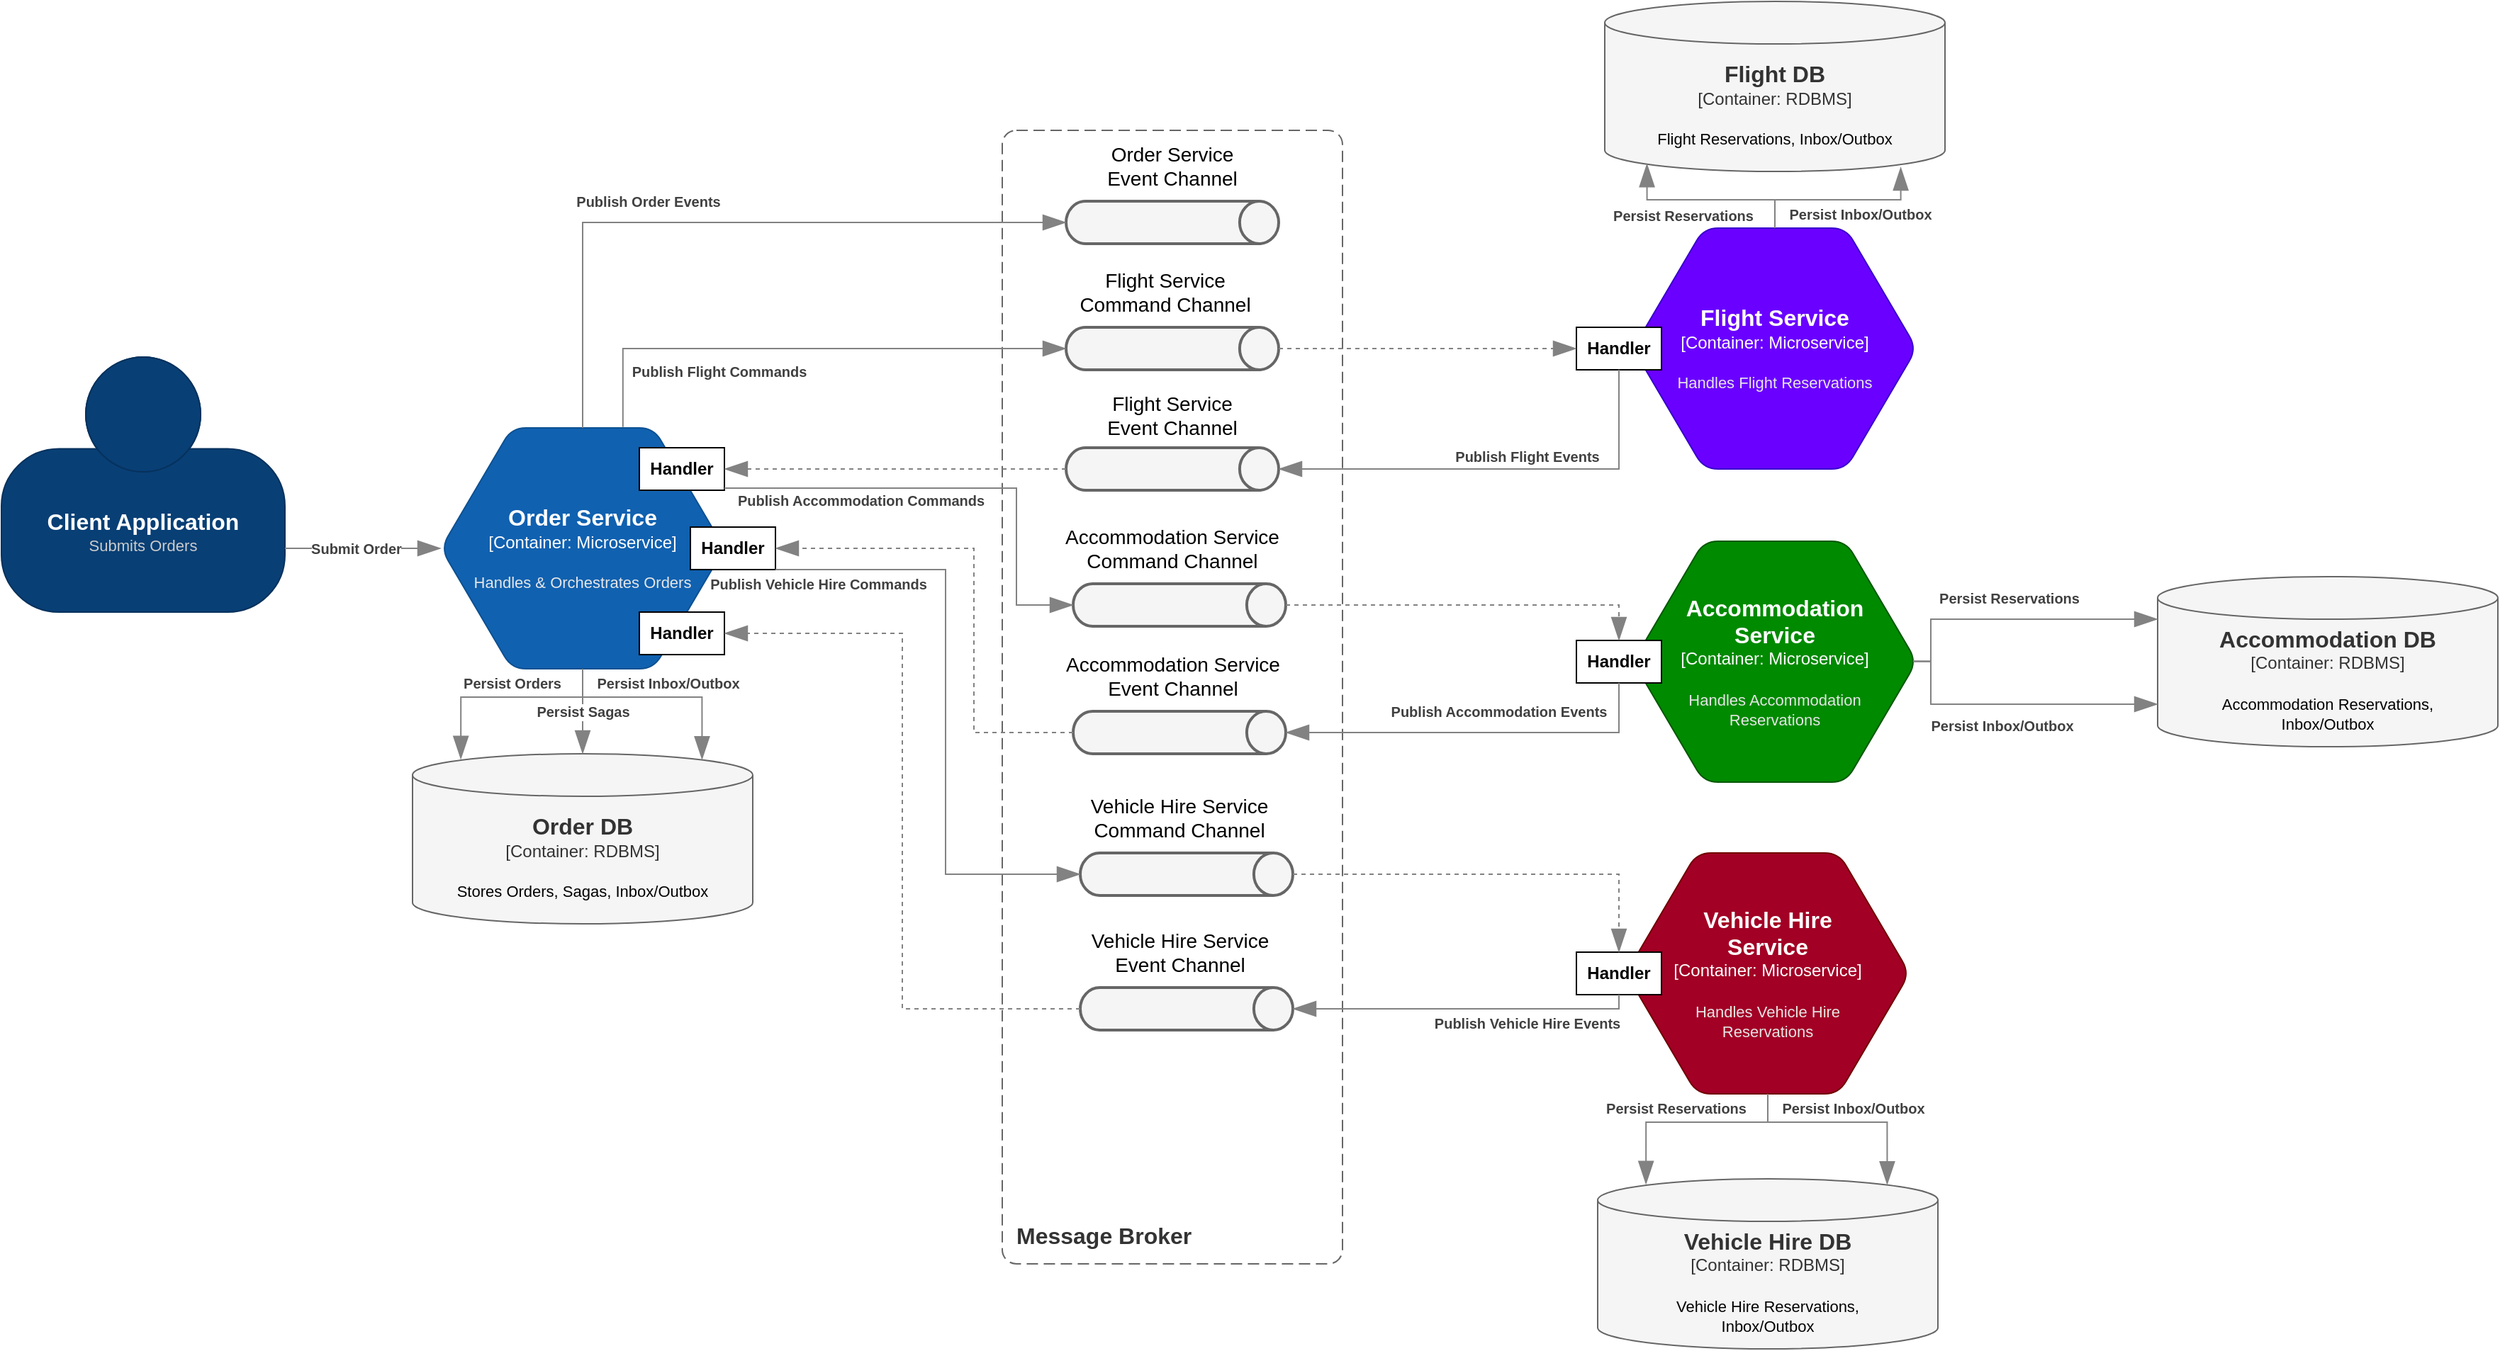
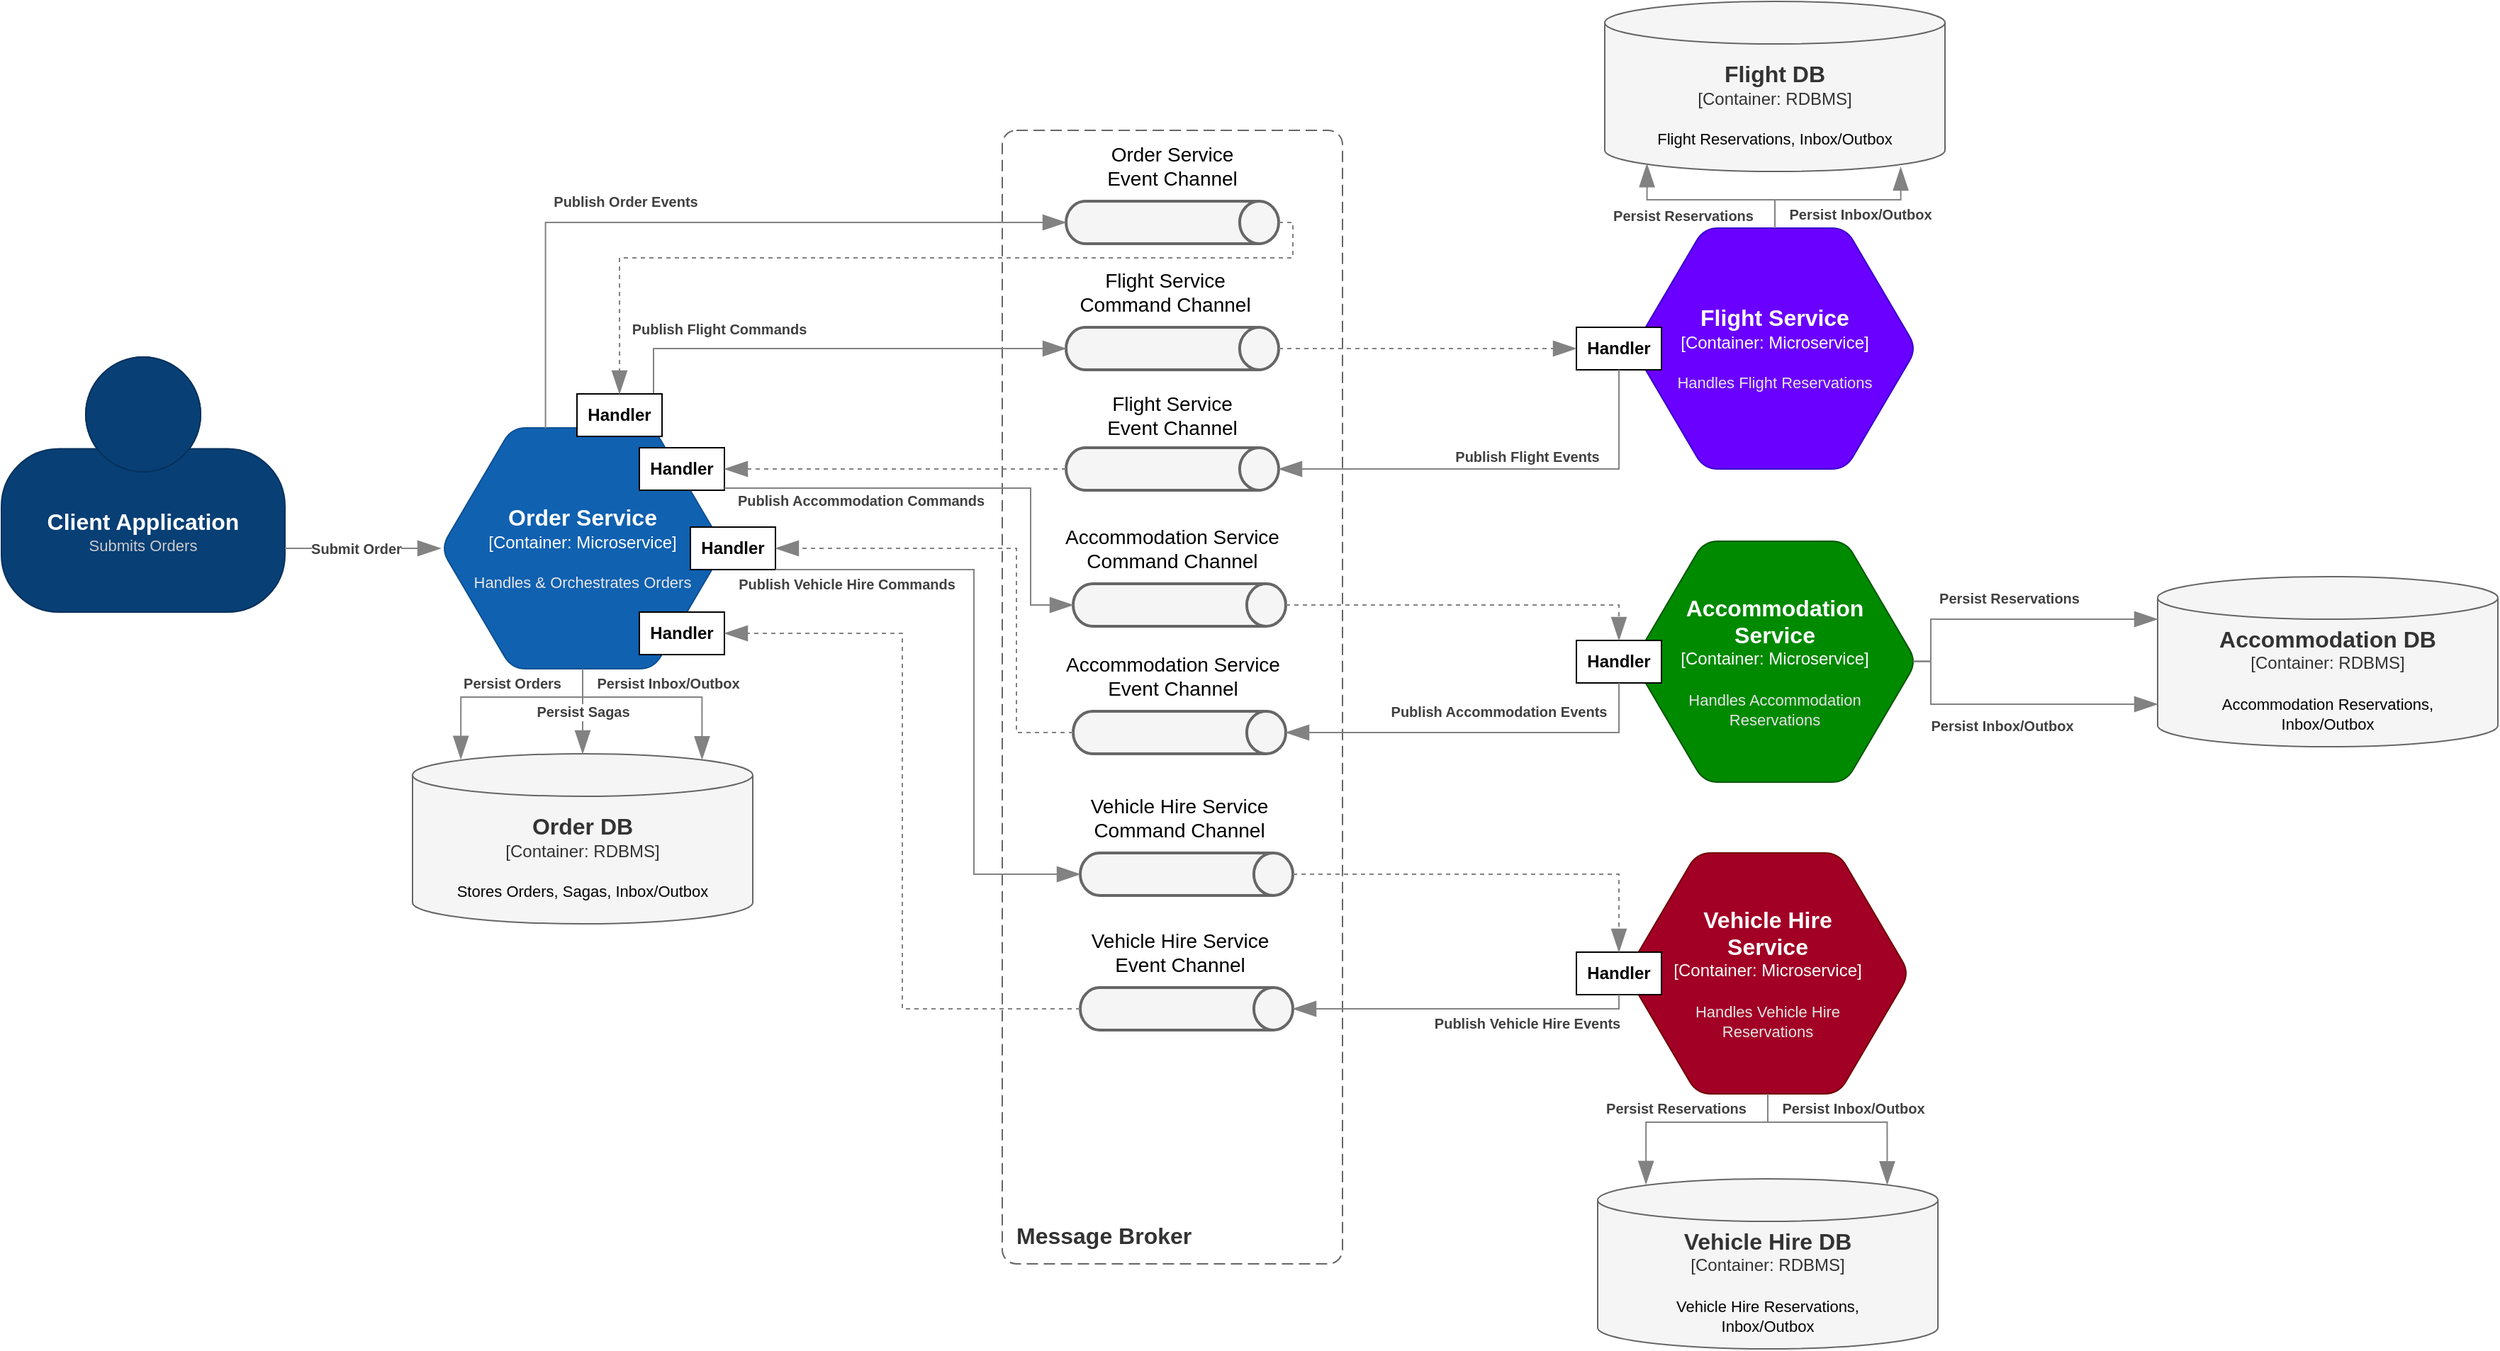
<mxfile host="app.diagrams.net">
  <diagram name="Page-1" id="kCDh-c85bJ5XtLmouP74">
-     <mxGraphModel dx="2987" dy="1148" grid="1" gridSize="10" guides="1" tooltips="1" connect="1" arrows="1" fold="1" page="1" pageScale="1" pageWidth="827" pageHeight="1169" math="0" shadow="0">
+     <mxGraphModel dx="2231" dy="746" grid="1" gridSize="10" guides="1" tooltips="1" connect="1" arrows="1" fold="1" page="1" pageScale="1" pageWidth="827" pageHeight="1169" math="0" shadow="0">
      <root>
        <mxCell id="0" />
        <mxCell id="1" parent="0" />
        <object placeholders="1" c4Name="Client Application" c4Description="Submits Orders" label="&lt;font style=&quot;font-size: 16px&quot;&gt;&lt;b&gt;%c4Name%&lt;/b&gt;&lt;/font&gt;&lt;br&gt;&lt;div&gt;&lt;font style=&quot;font-size: 11px&quot;&gt;&lt;font color=&quot;#cccccc&quot;&gt;%c4Description%&lt;/font&gt;&lt;/div&gt;" id="EhfD0JJvsXllKD2B5qkU-1">
          <mxCell parent="1" style="html=1;fontSize=11;dashed=0;whiteSpace=wrap;fillColor=#083F75;strokeColor=#06315C;fontColor=#ffffff;shape=mxgraph.c4.person2;align=center;metaEdit=1;points=[[0.5,0,0],[1,0.5,0],[1,0.75,0],[0.75,1,0],[0.5,1,0],[0.25,1,0],[0,0.75,0],[0,0.5,0]];resizable=0;" vertex="1">
            <mxGeometry height="180" width="200" x="-146" y="520" as="geometry" />
          </mxCell>
        </object>
        <object placeholders="1" c4Type="Relationship" c4Description="Submit Order" label="&lt;div style=&quot;text-align: left&quot;&gt;&lt;div style=&quot;text-align: center&quot;&gt;&lt;b&gt;%c4Description%&lt;/b&gt;&lt;/div&gt;" id="EhfD0JJvsXllKD2B5qkU-3">
          <mxCell edge="1" parent="1" source="EhfD0JJvsXllKD2B5qkU-1" style="endArrow=blockThin;html=1;fontSize=10;fontColor=#404040;strokeWidth=1;endFill=1;strokeColor=#828282;elbow=vertical;metaEdit=1;endSize=14;startSize=14;jumpStyle=arc;jumpSize=16;rounded=0;edgeStyle=orthogonalEdgeStyle;exitX=1;exitY=0.75;exitDx=0;exitDy=0;exitPerimeter=0;entryX=0;entryY=0.5;entryDx=0;entryDy=0;entryPerimeter=0;" target="EhfD0JJvsXllKD2B5qkU-18">
            <mxGeometry relative="1" width="240" x="-0.0909" as="geometry">
              <mxPoint as="offset" />
              <mxPoint x="490" y="640" as="sourcePoint" />
              <mxPoint x="264" y="570" as="targetPoint" />
            </mxGeometry>
          </mxCell>
        </object>
        <object placeholders="1" c4Name="Order Service" c4Type="Container" c4Technology="Microservice" c4Description="Handles &amp; Orchestrates Orders" label="&lt;font style=&quot;font-size: 16px&quot;&gt;&lt;b&gt;%c4Name%&lt;/b&gt;&lt;/font&gt;&lt;div&gt;[%c4Type%:&amp;nbsp;%c4Technology%]&lt;/div&gt;&lt;br&gt;&lt;div&gt;&lt;font style=&quot;font-size: 11px&quot;&gt;&lt;font color=&quot;#E6E6E6&quot;&gt;%c4Description%&lt;/font&gt;&lt;/div&gt;" id="EhfD0JJvsXllKD2B5qkU-18">
          <mxCell parent="1" style="shape=hexagon;size=50;perimeter=hexagonPerimeter2;whiteSpace=wrap;html=1;fixedSize=1;rounded=1;labelBackgroundColor=none;fillColor=#1061B0;fontSize=12;fontColor=#ffffff;align=center;strokeColor=#0D5091;metaEdit=1;points=[[0.5,0,0],[1,0.25,0],[1,0.5,0],[1,0.75,0],[0.5,1,0],[0,0.75,0],[0,0.5,0],[0,0.25,0]];resizable=0;" vertex="1">
            <mxGeometry height="170" width="200" x="164" y="570" as="geometry" />
          </mxCell>
        </object>
        <object placeholders="1" c4Name="Order DB" c4Type="Container" c4Technology="RDBMS" c4Description="Stores Orders, Sagas, Inbox/Outbox" label="&lt;font style=&quot;font-size: 16px&quot;&gt;&lt;b&gt;%c4Name%&lt;/b&gt;&lt;/font&gt;&lt;div&gt;[%c4Type%:&amp;nbsp;%c4Technology%]&lt;/div&gt;&lt;br&gt;&lt;div&gt;&lt;font style=&quot;font-size: 11px&quot;&gt;&lt;font color=&quot;#000000&quot;&gt;%c4Description%&lt;/font&gt;&lt;/div&gt;" id="EhfD0JJvsXllKD2B5qkU-19">
          <mxCell parent="1" style="shape=cylinder3;size=15;whiteSpace=wrap;html=1;boundedLbl=1;rounded=0;labelBackgroundColor=none;fontSize=12;align=center;metaEdit=1;points=[[0.5,0,0],[1,0.25,0],[1,0.5,0],[1,0.75,0],[0.5,1,0],[0,0.75,0],[0,0.5,0],[0,0.25,0]];resizable=0;fillColor=#f5f5f5;fontColor=#333333;strokeColor=#666666;" vertex="1">
            <mxGeometry height="120" width="240" x="144" y="800" as="geometry" />
          </mxCell>
        </object>
        <object placeholders="1" c4Type="Relationship" c4Description="Persist Orders" label="&lt;div style=&quot;text-align: left&quot;&gt;&lt;div style=&quot;text-align: center&quot;&gt;&lt;b&gt;%c4Description%&lt;/b&gt;&lt;/div&gt;" id="EhfD0JJvsXllKD2B5qkU-21">
          <mxCell edge="1" parent="1" source="EhfD0JJvsXllKD2B5qkU-18" style="endArrow=blockThin;html=1;fontSize=10;fontColor=#404040;strokeWidth=1;endFill=1;strokeColor=#828282;elbow=vertical;metaEdit=1;endSize=14;startSize=14;jumpStyle=arc;jumpSize=16;rounded=0;edgeStyle=orthogonalEdgeStyle;exitX=0.5;exitY=1;exitDx=0;exitDy=0;exitPerimeter=0;entryX=0.142;entryY=0.032;entryDx=0;entryDy=0;entryPerimeter=0;" target="EhfD0JJvsXllKD2B5qkU-19">
            <mxGeometry relative="1" width="240" x="-0.0651" y="-10" as="geometry">
              <mxPoint as="offset" />
              <Array as="points">
                <mxPoint x="264" y="760" />
                <mxPoint x="178" y="760" />
              </Array>
              <mxPoint x="494" y="690" as="sourcePoint" />
              <mxPoint x="494" y="800" as="targetPoint" />
            </mxGeometry>
          </mxCell>
        </object>
        <object placeholders="1" c4Type="Relationship" c4Description="Persist Sagas" label="&lt;div style=&quot;text-align: left&quot;&gt;&lt;div style=&quot;text-align: center&quot;&gt;&lt;b&gt;%c4Description%&lt;/b&gt;&lt;/div&gt;" id="EhfD0JJvsXllKD2B5qkU-23">
          <mxCell edge="1" parent="1" source="EhfD0JJvsXllKD2B5qkU-18" style="endArrow=blockThin;html=1;fontSize=10;fontColor=#404040;strokeWidth=1;endFill=1;strokeColor=#828282;elbow=vertical;metaEdit=1;endSize=14;startSize=14;jumpStyle=arc;jumpSize=16;rounded=0;edgeStyle=orthogonalEdgeStyle;exitX=0.5;exitY=1;exitDx=0;exitDy=0;exitPerimeter=0;entryX=0.5;entryY=0;entryDx=0;entryDy=0;entryPerimeter=0;" target="EhfD0JJvsXllKD2B5qkU-19">
            <mxGeometry relative="1" width="240" as="geometry">
              <mxPoint x="284" y="500" as="sourcePoint" />
              <mxPoint x="284" y="610" as="targetPoint" />
            </mxGeometry>
          </mxCell>
        </object>
        <object placeholders="1" c4Type="Relationship" c4Description="Persist Inbox/Outbox" label="&lt;div style=&quot;text-align: left&quot;&gt;&lt;div style=&quot;text-align: center&quot;&gt;&lt;b&gt;%c4Description%&lt;/b&gt;&lt;/div&gt;" id="EhfD0JJvsXllKD2B5qkU-25">
          <mxCell edge="1" parent="1" style="endArrow=blockThin;html=1;fontSize=10;fontColor=#404040;strokeWidth=1;endFill=1;strokeColor=#828282;elbow=vertical;metaEdit=1;endSize=14;startSize=14;jumpStyle=arc;jumpSize=16;rounded=0;edgeStyle=orthogonalEdgeStyle;exitX=0.5;exitY=1;exitDx=0;exitDy=0;exitPerimeter=0;entryX=0.851;entryY=0.034;entryDx=0;entryDy=0;entryPerimeter=0;" target="EhfD0JJvsXllKD2B5qkU-19">
            <mxGeometry relative="1" width="240" x="0.0791" y="10" as="geometry">
              <mxPoint as="offset" />
              <Array as="points">
                <mxPoint x="264" y="760" />
                <mxPoint x="348" y="760" />
              </Array>
              <mxPoint x="264" y="740" as="sourcePoint" />
              <mxPoint x="264" y="800" as="targetPoint" />
            </mxGeometry>
          </mxCell>
        </object>
        <object placeholders="1" c4Name="Message Broker" c4Type="ContainerScopeBoundary" label="&lt;font style=&quot;font-size: 16px&quot;&gt;&lt;b&gt;&lt;div style=&quot;text-align: left&quot;&gt;%c4Name%&lt;/div&gt;&lt;/b&gt;&lt;/font&gt;" id="EhfD0JJvsXllKD2B5qkU-26">
          <mxCell parent="1" style="rounded=1;fontSize=11;whiteSpace=wrap;html=1;dashed=1;arcSize=20;fillColor=none;strokeColor=#666666;fontColor=#333333;labelBackgroundColor=none;align=left;verticalAlign=bottom;labelBorderColor=none;spacingTop=0;spacing=10;dashPattern=8 4;metaEdit=1;rotatable=0;perimeter=rectanglePerimeter;noLabel=0;labelPadding=0;allowArrows=0;connectable=0;expand=0;recursiveResize=0;editable=1;pointerEvents=0;absoluteArcSize=1;points=[[0.25,0,0],[0.5,0,0],[0.75,0,0],[1,0.25,0],[1,0.5,0],[1,0.75,0],[0.75,1,0],[0.5,1,0],[0.25,1,0],[0,0.75,0],[0,0.5,0],[0,0.25,0]];" vertex="1">
            <mxGeometry height="800" width="240" x="560" y="360" as="geometry" />
          </mxCell>
        </object>
        <mxCell id="EhfD0JJvsXllKD2B5qkU-31" parent="1" style="strokeWidth=2;html=1;shape=mxgraph.flowchart.direct_data;whiteSpace=wrap;fillColor=#f5f5f5;fontColor=#333333;strokeColor=#666666;fontStyle=1" value="" vertex="1">
          <mxGeometry height="30" width="150" x="605" y="499" as="geometry" />
        </mxCell>
        <mxCell id="EhfD0JJvsXllKD2B5qkU-32" parent="1" style="text;html=1;whiteSpace=wrap;strokeColor=none;fillColor=none;align=center;verticalAlign=middle;rounded=0;fontSize=14;" value="Flight Service&lt;br&gt;Command Channel" vertex="1">
          <mxGeometry height="30" width="140" x="605" y="459" as="geometry" />
        </mxCell>
        <mxCell id="EhfD0JJvsXllKD2B5qkU-33" parent="1" style="strokeWidth=2;html=1;shape=mxgraph.flowchart.direct_data;whiteSpace=wrap;fillColor=#f5f5f5;fontColor=#333333;strokeColor=#666666;fontStyle=1" value="" vertex="1">
          <mxGeometry height="30" width="150" x="605" y="584" as="geometry" />
        </mxCell>
        <mxCell id="EhfD0JJvsXllKD2B5qkU-34" parent="1" style="text;html=1;whiteSpace=wrap;strokeColor=none;fillColor=none;align=center;verticalAlign=middle;rounded=0;fontSize=14;" value="Flight Service&lt;br&gt;Event Channel" vertex="1">
          <mxGeometry height="30" width="140" x="610" y="546" as="geometry" />
        </mxCell>
        <object placeholders="1" c4Name="Flight Service" c4Type="Container" c4Technology="Microservice" c4Description="Handles Flight Reservations" label="&lt;font style=&quot;font-size: 16px&quot;&gt;&lt;b&gt;%c4Name%&lt;/b&gt;&lt;/font&gt;&lt;div&gt;[%c4Type%:&amp;nbsp;%c4Technology%]&lt;/div&gt;&lt;br&gt;&lt;div&gt;&lt;font style=&quot;font-size: 11px&quot;&gt;&lt;font color=&quot;#E6E6E6&quot;&gt;%c4Description%&lt;/font&gt;&lt;/div&gt;" id="EhfD0JJvsXllKD2B5qkU-35">
          <mxCell parent="1" style="shape=hexagon;size=50;perimeter=hexagonPerimeter2;whiteSpace=wrap;html=1;fixedSize=1;rounded=1;labelBackgroundColor=none;fillColor=#6a00ff;fontSize=12;fontColor=#ffffff;align=center;strokeColor=#3700CC;metaEdit=1;points=[[0.5,0,0],[1,0.25,0],[1,0.5,0],[1,0.75,0],[0.5,1,0],[0,0.75,0],[0,0.5,0],[0,0.25,0]];resizable=0;" vertex="1">
            <mxGeometry height="170" width="200" x="1005" y="429" as="geometry" />
          </mxCell>
        </object>
        <object placeholders="1" c4Type="Relationship" c4Description="Publish Flight Commands" label="&lt;div style=&quot;text-align: left&quot;&gt;&lt;div style=&quot;text-align: center&quot;&gt;&lt;b&gt;%c4Description%&lt;/b&gt;&lt;/div&gt;" id="EhfD0JJvsXllKD2B5qkU-36">
-           <mxCell edge="1" parent="1" source="EhfD0JJvsXllKD2B5qkU-18" style="endArrow=blockThin;html=1;fontSize=10;fontColor=#404040;strokeWidth=1;endFill=1;strokeColor=#828282;elbow=vertical;metaEdit=1;endSize=14;startSize=14;jumpStyle=arc;jumpSize=16;rounded=0;edgeStyle=orthogonalEdgeStyle;exitX=0.642;exitY=-0.004;exitDx=0;exitDy=0;exitPerimeter=0;entryX=0;entryY=0.5;entryDx=0;entryDy=0;entryPerimeter=0;" target="EhfD0JJvsXllKD2B5qkU-31">
-             <mxGeometry relative="1" width="240" x="-0.3318" y="-16" as="geometry">
-               <mxPoint as="offset" />
-               <Array as="points">
-                 <mxPoint x="292" y="514" />
-               </Array>
-               <mxPoint x="400" y="540" as="sourcePoint" />
+           <mxCell edge="1" parent="1" source="EhfD0JJvsXllKD2B5qkU-18" style="endArrow=blockThin;html=1;fontSize=10;fontColor=#404040;strokeWidth=1;endFill=1;strokeColor=#828282;elbow=vertical;metaEdit=1;endSize=14;startSize=14;jumpStyle=arc;jumpSize=16;rounded=0;edgeStyle=orthogonalEdgeStyle;entryX=0;entryY=0.5;entryDx=0;entryDy=0;entryPerimeter=0;exitX=0.75;exitY=0;exitDx=0;exitDy=0;" target="EhfD0JJvsXllKD2B5qkU-31">
+             <mxGeometry relative="1" width="240" x="-0.4157" y="14" as="geometry">
+               <mxPoint as="offset" />
+               <mxPoint x="290" y="550" as="sourcePoint" />
              <mxPoint x="400" y="650" as="targetPoint" />
            </mxGeometry>
          </mxCell>
        </object>
        <mxCell id="EhfD0JJvsXllKD2B5qkU-37" parent="1" style="strokeWidth=2;html=1;shape=mxgraph.flowchart.direct_data;whiteSpace=wrap;fillColor=#f5f5f5;fontColor=#333333;strokeColor=#666666;fontStyle=1" value="" vertex="1">
          <mxGeometry height="30" width="150" x="605" y="410" as="geometry" />
        </mxCell>
        <mxCell id="EhfD0JJvsXllKD2B5qkU-38" parent="1" style="text;html=1;whiteSpace=wrap;strokeColor=none;fillColor=none;align=center;verticalAlign=middle;rounded=0;fontSize=14;" value="Order Service&lt;br&gt;Event Channel" vertex="1">
          <mxGeometry height="30" width="140" x="610" y="370" as="geometry" />
        </mxCell>
        <object placeholders="1" c4Type="Relationship" c4Description="Publish Order Events" label="&lt;div style=&quot;text-align: left&quot;&gt;&lt;div style=&quot;text-align: center&quot;&gt;&lt;b&gt;%c4Description%&lt;/b&gt;&lt;/div&gt;" id="EhfD0JJvsXllKD2B5qkU-39">
-           <mxCell edge="1" parent="1" source="EhfD0JJvsXllKD2B5qkU-18" style="endArrow=blockThin;html=1;fontSize=10;fontColor=#404040;strokeWidth=1;endFill=1;strokeColor=#828282;elbow=vertical;metaEdit=1;endSize=14;startSize=14;jumpStyle=arc;jumpSize=16;rounded=0;edgeStyle=orthogonalEdgeStyle;exitX=0.5;exitY=0;exitDx=0;exitDy=0;exitPerimeter=0;entryX=0;entryY=0.5;entryDx=0;entryDy=0;entryPerimeter=0;" target="EhfD0JJvsXllKD2B5qkU-37">
+           <mxCell edge="1" parent="1" source="EhfD0JJvsXllKD2B5qkU-18" style="endArrow=blockThin;html=1;fontSize=10;fontColor=#404040;strokeWidth=1;endFill=1;strokeColor=#828282;elbow=vertical;metaEdit=1;endSize=14;startSize=14;jumpStyle=arc;jumpSize=16;rounded=0;edgeStyle=orthogonalEdgeStyle;exitX=0.369;exitY=0.002;exitDx=0;exitDy=0;exitPerimeter=0;entryX=0;entryY=0.5;entryDx=0;entryDy=0;entryPerimeter=0;" target="EhfD0JJvsXllKD2B5qkU-37">
            <mxGeometry relative="1" width="240" x="-0.214" y="15" as="geometry">
              <mxPoint as="offset" />
              <mxPoint x="530" y="652" as="sourcePoint" />
              <mxPoint x="694" y="560" as="targetPoint" />
            </mxGeometry>
          </mxCell>
        </object>
        <mxCell id="EhfD0JJvsXllKD2B5qkU-40" parent="1" style="rounded=0;whiteSpace=wrap;html=1;fontStyle=1" value="Handler" vertex="1">
          <mxGeometry height="30" width="60" x="965" y="499" as="geometry" />
        </mxCell>
        <object placeholders="1" c4Type="Relationship" c4Description="" label="&lt;div style=&quot;text-align: left&quot;&gt;&lt;div style=&quot;text-align: center&quot;&gt;&lt;b&gt;%c4Description%&lt;/b&gt;&lt;/div&gt;" id="EhfD0JJvsXllKD2B5qkU-42">
          <mxCell edge="1" parent="1" source="EhfD0JJvsXllKD2B5qkU-31" style="endArrow=blockThin;html=1;fontSize=10;fontColor=#404040;strokeWidth=1;endFill=1;strokeColor=#828282;elbow=vertical;metaEdit=1;endSize=14;startSize=14;jumpStyle=arc;jumpSize=16;rounded=0;edgeStyle=orthogonalEdgeStyle;exitX=1;exitY=0.5;exitDx=0;exitDy=0;exitPerimeter=0;entryX=0;entryY=0.5;entryDx=0;entryDy=0;dashed=1;" target="EhfD0JJvsXllKD2B5qkU-40">
            <mxGeometry relative="1" width="240" as="geometry">
              <mxPoint x="720" y="605" as="sourcePoint" />
              <mxPoint x="965" y="460" as="targetPoint" />
            </mxGeometry>
          </mxCell>
        </object>
        <object placeholders="1" c4Name="Flight DB" c4Type="Container" c4Technology="RDBMS" c4Description="Flight Reservations, Inbox/Outbox" label="&lt;font style=&quot;font-size: 16px&quot;&gt;&lt;b&gt;%c4Name%&lt;/b&gt;&lt;/font&gt;&lt;div&gt;[%c4Type%:&amp;nbsp;%c4Technology%]&lt;/div&gt;&lt;br&gt;&lt;div&gt;&lt;font style=&quot;font-size: 11px&quot;&gt;&lt;font color=&quot;#000000&quot;&gt;%c4Description%&lt;/font&gt;&lt;/div&gt;" id="EhfD0JJvsXllKD2B5qkU-43">
          <mxCell parent="1" style="shape=cylinder3;size=15;whiteSpace=wrap;html=1;boundedLbl=1;rounded=0;labelBackgroundColor=none;fontSize=12;align=center;metaEdit=1;points=[[0.5,0,0],[1,0.25,0],[1,0.5,0],[1,0.75,0],[0.5,1,0],[0,0.75,0],[0,0.5,0],[0,0.25,0]];resizable=0;fillColor=#f5f5f5;fontColor=#333333;strokeColor=#666666;" vertex="1">
            <mxGeometry height="120" width="240" x="985" y="269" as="geometry" />
          </mxCell>
        </object>
        <object placeholders="1" c4Type="Relationship" c4Description="Persist Reservations" label="&lt;div style=&quot;text-align: left&quot;&gt;&lt;div style=&quot;text-align: center&quot;&gt;&lt;b&gt;%c4Description%&lt;/b&gt;&lt;/div&gt;" id="EhfD0JJvsXllKD2B5qkU-44">
          <mxCell edge="1" parent="1" source="EhfD0JJvsXllKD2B5qkU-35" style="endArrow=blockThin;html=1;fontSize=10;fontColor=#404040;strokeWidth=1;endFill=1;strokeColor=#828282;elbow=vertical;metaEdit=1;endSize=14;startSize=14;jumpStyle=arc;jumpSize=16;rounded=0;edgeStyle=orthogonalEdgeStyle;exitX=0.5;exitY=0;exitDx=0;exitDy=0;exitPerimeter=0;entryX=0.124;entryY=0.955;entryDx=0;entryDy=0;entryPerimeter=0;" target="EhfD0JJvsXllKD2B5qkU-43">
            <mxGeometry relative="1" width="240" x="0.2542" y="11" as="geometry">
              <mxPoint as="offset" />
              <mxPoint x="1115" y="209" as="sourcePoint" />
              <mxPoint x="1345" y="269" as="targetPoint" />
            </mxGeometry>
          </mxCell>
        </object>
        <object placeholders="1" c4Type="Relationship" c4Description="Persist Inbox/Outbox" label="&lt;div style=&quot;text-align: left&quot;&gt;&lt;div style=&quot;text-align: center&quot;&gt;&lt;b&gt;%c4Description%&lt;/b&gt;&lt;/div&gt;" id="EhfD0JJvsXllKD2B5qkU-46">
          <mxCell edge="1" parent="1" source="EhfD0JJvsXllKD2B5qkU-35" style="endArrow=blockThin;html=1;fontSize=10;fontColor=#404040;strokeWidth=1;endFill=1;strokeColor=#828282;elbow=vertical;metaEdit=1;endSize=14;startSize=14;jumpStyle=arc;jumpSize=16;rounded=0;edgeStyle=orthogonalEdgeStyle;exitX=0.5;exitY=0;exitDx=0;exitDy=0;exitPerimeter=0;entryX=0.87;entryY=0.975;entryDx=0;entryDy=0;entryPerimeter=0;" target="EhfD0JJvsXllKD2B5qkU-43">
            <mxGeometry relative="1" width="240" x="0.214" y="-10" as="geometry">
              <mxPoint as="offset" />
              <mxPoint x="1115" y="209" as="sourcePoint" />
              <mxPoint x="1115" y="269" as="targetPoint" />
            </mxGeometry>
          </mxCell>
        </object>
        <object placeholders="1" c4Type="Relationship" c4Description="Publish Flight Events" label="&lt;div style=&quot;text-align: left&quot;&gt;&lt;div style=&quot;text-align: center&quot;&gt;&lt;b&gt;%c4Description%&lt;/b&gt;&lt;/div&gt;" id="EhfD0JJvsXllKD2B5qkU-49">
          <mxCell edge="1" parent="1" source="EhfD0JJvsXllKD2B5qkU-40" style="endArrow=blockThin;html=1;fontSize=10;fontColor=#404040;strokeWidth=1;endFill=1;strokeColor=#828282;elbow=vertical;metaEdit=1;endSize=14;startSize=14;jumpStyle=arc;jumpSize=16;rounded=0;edgeStyle=orthogonalEdgeStyle;exitX=0.5;exitY=1;exitDx=0;exitDy=0;entryX=1;entryY=0.5;entryDx=0;entryDy=0;entryPerimeter=0;" target="EhfD0JJvsXllKD2B5qkU-33">
            <mxGeometry relative="1" width="240" x="-0.129" y="-9" as="geometry">
              <mxPoint as="offset" />
              <mxPoint x="580" y="574" as="sourcePoint" />
              <mxPoint x="797" y="540" as="targetPoint" />
            </mxGeometry>
          </mxCell>
        </object>
        <mxCell id="EhfD0JJvsXllKD2B5qkU-51" parent="1" style="rounded=0;whiteSpace=wrap;html=1;fontStyle=1" value="Handler" vertex="1">
          <mxGeometry height="30" width="60" x="304" y="584" as="geometry" />
        </mxCell>
        <object placeholders="1" c4Type="Relationship" c4Description="" label="&lt;div style=&quot;text-align: left&quot;&gt;&lt;div style=&quot;text-align: center&quot;&gt;&lt;b&gt;%c4Description%&lt;/b&gt;&lt;/div&gt;" id="EhfD0JJvsXllKD2B5qkU-52">
          <mxCell edge="1" parent="1" source="EhfD0JJvsXllKD2B5qkU-33" style="endArrow=blockThin;html=1;fontSize=10;fontColor=#404040;strokeWidth=1;endFill=1;strokeColor=#828282;elbow=vertical;metaEdit=1;endSize=14;startSize=14;jumpStyle=arc;jumpSize=16;rounded=0;edgeStyle=orthogonalEdgeStyle;exitX=0;exitY=0.5;exitDx=0;exitDy=0;exitPerimeter=0;entryX=1;entryY=0.5;entryDx=0;entryDy=0;dashed=1;" target="EhfD0JJvsXllKD2B5qkU-51">
            <mxGeometry relative="1" width="240" as="geometry">
              <mxPoint x="770" y="530" as="sourcePoint" />
              <mxPoint x="915" y="530" as="targetPoint" />
            </mxGeometry>
          </mxCell>
        </object>
        <mxCell id="EhfD0JJvsXllKD2B5qkU-53" parent="1" style="strokeWidth=2;html=1;shape=mxgraph.flowchart.direct_data;whiteSpace=wrap;fillColor=#f5f5f5;fontColor=#333333;strokeColor=#666666;fontStyle=1" value="" vertex="1">
          <mxGeometry height="30" width="150" x="610" y="680" as="geometry" />
        </mxCell>
        <mxCell id="EhfD0JJvsXllKD2B5qkU-54" parent="1" style="text;html=1;whiteSpace=wrap;strokeColor=none;fillColor=none;align=center;verticalAlign=middle;rounded=0;fontSize=14;" value="Accommodation Service&lt;br&gt;Command Channel" vertex="1">
          <mxGeometry height="30" width="160" x="600" y="640" as="geometry" />
        </mxCell>
        <mxCell id="EhfD0JJvsXllKD2B5qkU-55" parent="1" style="strokeWidth=2;html=1;shape=mxgraph.flowchart.direct_data;whiteSpace=wrap;fillColor=#f5f5f5;fontColor=#333333;strokeColor=#666666;fontStyle=1" value="" vertex="1">
          <mxGeometry height="30" width="150" x="610" y="770" as="geometry" />
        </mxCell>
        <mxCell id="EhfD0JJvsXllKD2B5qkU-56" parent="1" style="text;html=1;whiteSpace=wrap;strokeColor=none;fillColor=none;align=center;verticalAlign=middle;rounded=0;fontSize=14;" value="Accommodation Service&lt;br&gt;Event Channel" vertex="1">
          <mxGeometry height="30" width="165" x="597.5" y="730" as="geometry" />
        </mxCell>
        <object placeholders="1" c4Type="Relationship" c4Description="Publish Accommodation Commands" label="&lt;div style=&quot;text-align: left&quot;&gt;&lt;div style=&quot;text-align: center&quot;&gt;&lt;b&gt;%c4Description%&lt;/b&gt;&lt;/div&gt;" id="EhfD0JJvsXllKD2B5qkU-57">
          <mxCell edge="1" parent="1" source="EhfD0JJvsXllKD2B5qkU-18" style="endArrow=blockThin;html=1;fontSize=10;fontColor=#404040;strokeWidth=1;endFill=1;strokeColor=#828282;elbow=vertical;metaEdit=1;endSize=14;startSize=14;jumpStyle=arc;jumpSize=16;rounded=0;edgeStyle=orthogonalEdgeStyle;exitX=1;exitY=0.25;exitDx=0;exitDy=0;exitPerimeter=0;entryX=0;entryY=0.5;entryDx=0;entryDy=0;entryPerimeter=0;" target="EhfD0JJvsXllKD2B5qkU-53">
            <mxGeometry relative="1" width="240" x="-0.4156" y="-8" as="geometry">
              <mxPoint as="offset" />
              <Array as="points">
-                 <mxPoint x="570" y="612" />
-                 <mxPoint x="570" y="695" />
+                 <mxPoint x="580" y="612" />
+                 <mxPoint x="580" y="695" />
              </Array>
              <mxPoint x="530" y="575" as="sourcePoint" />
              <mxPoint x="747" y="520" as="targetPoint" />
            </mxGeometry>
          </mxCell>
        </object>
        <object placeholders="1" c4Name="Accommodation&#xa;Service" c4Type="Container" c4Technology="Microservice" c4Description="Handles Accommodation&#xa;Reservations" label="&lt;font style=&quot;font-size: 16px&quot;&gt;&lt;b&gt;%c4Name%&lt;/b&gt;&lt;/font&gt;&lt;div&gt;[%c4Type%:&amp;nbsp;%c4Technology%]&lt;/div&gt;&lt;br&gt;&lt;div&gt;&lt;font style=&quot;font-size: 11px&quot;&gt;&lt;font color=&quot;#E6E6E6&quot;&gt;%c4Description%&lt;/font&gt;&lt;/div&gt;" id="EhfD0JJvsXllKD2B5qkU-60">
          <mxCell parent="1" style="shape=hexagon;size=50;perimeter=hexagonPerimeter2;whiteSpace=wrap;html=1;fixedSize=1;rounded=1;labelBackgroundColor=none;fillColor=#008a00;fontSize=12;fontColor=#ffffff;align=center;strokeColor=#005700;metaEdit=1;points=[[0.5,0,0],[1,0.25,0],[1,0.5,0],[1,0.75,0],[0.5,1,0],[0,0.75,0],[0,0.5,0],[0,0.25,0]];resizable=0;" vertex="1">
            <mxGeometry height="170" width="200" x="1005" y="650" as="geometry" />
          </mxCell>
        </object>
        <mxCell id="EhfD0JJvsXllKD2B5qkU-61" parent="1" style="rounded=0;whiteSpace=wrap;html=1;fontStyle=1" value="Handler" vertex="1">
          <mxGeometry height="30" width="60" x="965" y="720" as="geometry" />
        </mxCell>
        <object placeholders="1" c4Name="Accommodation DB" c4Type="Container" c4Technology="RDBMS" c4Description="Accommodation Reservations,&#xa;Inbox/Outbox" label="&lt;font style=&quot;font-size: 16px&quot;&gt;&lt;b&gt;%c4Name%&lt;/b&gt;&lt;/font&gt;&lt;div&gt;[%c4Type%:&amp;nbsp;%c4Technology%]&lt;/div&gt;&lt;br&gt;&lt;div&gt;&lt;font style=&quot;font-size: 11px&quot;&gt;&lt;font color=&quot;#000000&quot;&gt;%c4Description%&lt;/font&gt;&lt;/div&gt;" id="EhfD0JJvsXllKD2B5qkU-62">
          <mxCell parent="1" style="shape=cylinder3;size=15;whiteSpace=wrap;html=1;boundedLbl=1;rounded=0;labelBackgroundColor=none;fontSize=12;align=center;metaEdit=1;points=[[0.5,0,0],[1,0.25,0],[1,0.5,0],[1,0.75,0],[0.5,1,0],[0,0.75,0],[0,0.5,0],[0,0.25,0]];resizable=0;fillColor=#f5f5f5;fontColor=#333333;strokeColor=#666666;" vertex="1">
            <mxGeometry height="120" width="240" x="1375" y="675" as="geometry" />
          </mxCell>
        </object>
        <object placeholders="1" c4Type="Relationship" c4Description="Persist Reservations" label="&lt;div style=&quot;text-align: left&quot;&gt;&lt;div style=&quot;text-align: center&quot;&gt;&lt;b&gt;%c4Description%&lt;/b&gt;&lt;/div&gt;" id="EhfD0JJvsXllKD2B5qkU-63">
          <mxCell edge="1" parent="1" source="EhfD0JJvsXllKD2B5qkU-60" style="endArrow=blockThin;html=1;fontSize=10;fontColor=#404040;strokeWidth=1;endFill=1;strokeColor=#828282;elbow=vertical;metaEdit=1;endSize=14;startSize=14;jumpStyle=arc;jumpSize=16;rounded=0;edgeStyle=orthogonalEdgeStyle;exitX=0.987;exitY=0.498;exitDx=0;exitDy=0;exitPerimeter=0;entryX=0;entryY=0.25;entryDx=0;entryDy=0;entryPerimeter=0;" target="EhfD0JJvsXllKD2B5qkU-62">
            <mxGeometry relative="1" width="240" x="-0.038" y="15" as="geometry">
              <mxPoint as="offset" />
              <Array as="points">
                <mxPoint x="1215" y="735" />
                <mxPoint x="1215" y="705" />
              </Array>
              <mxPoint x="1115" y="430" as="sourcePoint" />
              <mxPoint x="1345" y="490" as="targetPoint" />
            </mxGeometry>
          </mxCell>
        </object>
        <object placeholders="1" c4Type="Relationship" c4Description="Persist Inbox/Outbox" label="&lt;div style=&quot;text-align: left&quot;&gt;&lt;div style=&quot;text-align: center&quot;&gt;&lt;b&gt;%c4Description%&lt;/b&gt;&lt;/div&gt;" id="EhfD0JJvsXllKD2B5qkU-64">
          <mxCell edge="1" parent="1" source="EhfD0JJvsXllKD2B5qkU-60" style="endArrow=blockThin;html=1;fontSize=10;fontColor=#404040;strokeWidth=1;endFill=1;strokeColor=#828282;elbow=vertical;metaEdit=1;endSize=14;startSize=14;jumpStyle=arc;jumpSize=16;rounded=0;edgeStyle=orthogonalEdgeStyle;exitX=0.989;exitY=0.499;exitDx=0;exitDy=0;exitPerimeter=0;entryX=0;entryY=0.75;entryDx=0;entryDy=0;entryPerimeter=0;" target="EhfD0JJvsXllKD2B5qkU-62">
            <mxGeometry relative="1" width="240" x="-0.0869" y="-15" as="geometry">
              <mxPoint as="offset" />
              <Array as="points">
                <mxPoint x="1215" y="735" />
                <mxPoint x="1215" y="765" />
              </Array>
              <mxPoint x="1115" y="430" as="sourcePoint" />
              <mxPoint x="1115" y="490" as="targetPoint" />
            </mxGeometry>
          </mxCell>
        </object>
        <object placeholders="1" c4Type="Relationship" c4Description="" label="&lt;div style=&quot;text-align: left&quot;&gt;&lt;div style=&quot;text-align: center&quot;&gt;&lt;b&gt;%c4Description%&lt;/b&gt;&lt;/div&gt;" id="EhfD0JJvsXllKD2B5qkU-65">
          <mxCell edge="1" parent="1" source="EhfD0JJvsXllKD2B5qkU-53" style="endArrow=blockThin;html=1;fontSize=10;fontColor=#404040;strokeWidth=1;endFill=1;strokeColor=#828282;elbow=vertical;metaEdit=1;endSize=14;startSize=14;jumpStyle=arc;jumpSize=16;rounded=0;edgeStyle=orthogonalEdgeStyle;exitX=1;exitY=0.5;exitDx=0;exitDy=0;exitPerimeter=0;entryX=0.5;entryY=0;entryDx=0;entryDy=0;dashed=1;" target="EhfD0JJvsXllKD2B5qkU-61">
            <mxGeometry relative="1" width="240" as="geometry">
              <mxPoint x="830" y="550" as="sourcePoint" />
              <mxPoint x="975" y="550" as="targetPoint" />
            </mxGeometry>
          </mxCell>
        </object>
        <object placeholders="1" c4Type="Relationship" c4Description="Publish Accommodation Events" label="&lt;div style=&quot;text-align: left&quot;&gt;&lt;div style=&quot;text-align: center&quot;&gt;&lt;b&gt;%c4Description%&lt;/b&gt;&lt;/div&gt;" id="EhfD0JJvsXllKD2B5qkU-66">
          <mxCell edge="1" parent="1" source="EhfD0JJvsXllKD2B5qkU-61" style="endArrow=blockThin;html=1;fontSize=10;fontColor=#404040;strokeWidth=1;endFill=1;strokeColor=#828282;elbow=vertical;metaEdit=1;endSize=14;startSize=14;jumpStyle=arc;jumpSize=16;rounded=0;edgeStyle=orthogonalEdgeStyle;exitX=0.5;exitY=1;exitDx=0;exitDy=0;entryX=1;entryY=0.5;entryDx=0;entryDy=0;entryPerimeter=0;" target="EhfD0JJvsXllKD2B5qkU-55">
            <mxGeometry relative="1" width="240" x="-0.1111" y="-15" as="geometry">
              <mxPoint as="offset" />
              <mxPoint x="1115" y="560" as="sourcePoint" />
              <mxPoint x="940" y="630" as="targetPoint" />
            </mxGeometry>
          </mxCell>
        </object>
        <mxCell id="EhfD0JJvsXllKD2B5qkU-67" parent="1" style="rounded=0;whiteSpace=wrap;html=1;fontStyle=1" value="Handler" vertex="1">
          <mxGeometry height="30" width="60" x="340" y="640" as="geometry" />
        </mxCell>
        <object placeholders="1" c4Type="Relationship" c4Description="" label="&lt;div style=&quot;text-align: left&quot;&gt;&lt;div style=&quot;text-align: center&quot;&gt;&lt;b&gt;%c4Description%&lt;/b&gt;&lt;/div&gt;" id="EhfD0JJvsXllKD2B5qkU-68">
          <mxCell edge="1" parent="1" source="EhfD0JJvsXllKD2B5qkU-55" style="endArrow=blockThin;html=1;fontSize=10;fontColor=#404040;strokeWidth=1;endFill=1;strokeColor=#828282;elbow=vertical;metaEdit=1;endSize=14;startSize=14;jumpStyle=arc;jumpSize=16;rounded=0;edgeStyle=orthogonalEdgeStyle;exitX=0;exitY=0.5;exitDx=0;exitDy=0;exitPerimeter=0;entryX=1;entryY=0.5;entryDx=0;entryDy=0;dashed=1;" target="EhfD0JJvsXllKD2B5qkU-67">
            <mxGeometry relative="1" width="240" as="geometry">
              <Array as="points">
-                 <mxPoint x="540" y="785" />
-                 <mxPoint x="540" y="655" />
+                 <mxPoint x="570" y="785" />
+                 <mxPoint x="570" y="655" />
              </Array>
              <mxPoint x="880" y="690" as="sourcePoint" />
              <mxPoint x="1115" y="715" as="targetPoint" />
            </mxGeometry>
          </mxCell>
        </object>
        <mxCell id="EhfD0JJvsXllKD2B5qkU-69" parent="1" style="strokeWidth=2;html=1;shape=mxgraph.flowchart.direct_data;whiteSpace=wrap;fillColor=#f5f5f5;fontColor=#333333;strokeColor=#666666;fontStyle=1" value="" vertex="1">
          <mxGeometry height="30" width="150" x="615" y="870" as="geometry" />
        </mxCell>
        <mxCell id="EhfD0JJvsXllKD2B5qkU-70" parent="1" style="text;html=1;whiteSpace=wrap;strokeColor=none;fillColor=none;align=center;verticalAlign=middle;rounded=0;fontSize=14;" value="Vehicle Hire Service&lt;br&gt;Command Channel" vertex="1">
          <mxGeometry height="30" width="160" x="605" y="830" as="geometry" />
        </mxCell>
        <mxCell id="EhfD0JJvsXllKD2B5qkU-71" parent="1" style="strokeWidth=2;html=1;shape=mxgraph.flowchart.direct_data;whiteSpace=wrap;fillColor=#f5f5f5;fontColor=#333333;strokeColor=#666666;fontStyle=1" value="" vertex="1">
          <mxGeometry height="30" width="150" x="615" y="965" as="geometry" />
        </mxCell>
        <mxCell id="EhfD0JJvsXllKD2B5qkU-72" parent="1" style="text;html=1;whiteSpace=wrap;strokeColor=none;fillColor=none;align=center;verticalAlign=middle;rounded=0;fontSize=14;" value="Vehicle Hire Service&lt;br&gt;Event Channel" vertex="1">
          <mxGeometry height="30" width="165" x="602.5" y="925" as="geometry" />
        </mxCell>
        <mxCell id="EhfD0JJvsXllKD2B5qkU-73" parent="1" style="rounded=0;whiteSpace=wrap;html=1;fontStyle=1" value="Handler" vertex="1">
          <mxGeometry height="30" width="60" x="304" y="700" as="geometry" />
        </mxCell>
        <object placeholders="1" c4Type="Relationship" c4Description="Publish Vehicle Hire Commands" label="&lt;div style=&quot;text-align: left&quot;&gt;&lt;div style=&quot;text-align: center&quot;&gt;&lt;b&gt;%c4Description%&lt;/b&gt;&lt;/div&gt;" id="EhfD0JJvsXllKD2B5qkU-74">
          <mxCell edge="1" parent="1" source="EhfD0JJvsXllKD2B5qkU-67" style="endArrow=blockThin;html=1;fontSize=10;fontColor=#404040;strokeWidth=1;endFill=1;strokeColor=#828282;elbow=vertical;metaEdit=1;endSize=14;startSize=14;jumpStyle=arc;jumpSize=16;rounded=0;edgeStyle=orthogonalEdgeStyle;exitX=1;exitY=1;exitDx=0;exitDy=0;entryX=0;entryY=0.5;entryDx=0;entryDy=0;entryPerimeter=0;" target="EhfD0JJvsXllKD2B5qkU-69">
-             <mxGeometry relative="1" width="240" x="-0.8619" y="-10" as="geometry">
-               <mxPoint as="offset" />
-               <Array as="points">
-                 <mxPoint x="520" y="670" />
-                 <mxPoint x="520" y="885" />
+             <mxGeometry relative="1" width="240" x="-0.7675" y="-10" as="geometry">
+               <mxPoint as="offset" />
+               <Array as="points">
+                 <mxPoint x="540" y="670" />
+                 <mxPoint x="540" y="885" />
              </Array>
              <mxPoint x="480" y="651" as="sourcePoint" />
              <mxPoint x="726" y="733" as="targetPoint" />
            </mxGeometry>
          </mxCell>
        </object>
        <object placeholders="1" c4Name="Vehicle Hire&#xa;Service" c4Type="Container" c4Technology="Microservice" c4Description="Handles Vehicle Hire&#xa;Reservations" label="&lt;font style=&quot;font-size: 16px&quot;&gt;&lt;b&gt;%c4Name%&lt;/b&gt;&lt;/font&gt;&lt;div&gt;[%c4Type%:&amp;nbsp;%c4Technology%]&lt;/div&gt;&lt;br&gt;&lt;div&gt;&lt;font style=&quot;font-size: 11px&quot;&gt;&lt;font color=&quot;#E6E6E6&quot;&gt;%c4Description%&lt;/font&gt;&lt;/div&gt;" id="EhfD0JJvsXllKD2B5qkU-76">
          <mxCell parent="1" style="shape=hexagon;size=50;perimeter=hexagonPerimeter2;whiteSpace=wrap;html=1;fixedSize=1;rounded=1;labelBackgroundColor=none;fillColor=#a20025;fontSize=12;fontColor=#ffffff;align=center;strokeColor=#6F0000;metaEdit=1;points=[[0.5,0,0],[1,0.25,0],[1,0.5,0],[1,0.75,0],[0.5,1,0],[0,0.75,0],[0,0.5,0],[0,0.25,0]];resizable=0;" vertex="1">
            <mxGeometry height="170" width="200" x="1000" y="870" as="geometry" />
          </mxCell>
        </object>
        <object placeholders="1" c4Name="Vehicle Hire DB" c4Type="Container" c4Technology="RDBMS" c4Description="Vehicle Hire Reservations,&#xa;Inbox/Outbox" label="&lt;font style=&quot;font-size: 16px&quot;&gt;&lt;b&gt;%c4Name%&lt;/b&gt;&lt;/font&gt;&lt;div&gt;[%c4Type%:&amp;nbsp;%c4Technology%]&lt;/div&gt;&lt;br&gt;&lt;div&gt;&lt;font style=&quot;font-size: 11px&quot;&gt;&lt;font color=&quot;#000000&quot;&gt;%c4Description%&lt;/font&gt;&lt;/div&gt;" id="EhfD0JJvsXllKD2B5qkU-77">
          <mxCell parent="1" style="shape=cylinder3;size=15;whiteSpace=wrap;html=1;boundedLbl=1;rounded=0;labelBackgroundColor=none;fontSize=12;align=center;metaEdit=1;points=[[0.5,0,0],[1,0.25,0],[1,0.5,0],[1,0.75,0],[0.5,1,0],[0,0.75,0],[0,0.5,0],[0,0.25,0]];resizable=0;fillColor=#f5f5f5;fontColor=#333333;strokeColor=#666666;" vertex="1">
            <mxGeometry height="120" width="240" x="980" y="1100" as="geometry" />
          </mxCell>
        </object>
        <object placeholders="1" c4Type="Relationship" c4Description="Persist Reservations" label="&lt;div style=&quot;text-align: left&quot;&gt;&lt;div style=&quot;text-align: center&quot;&gt;&lt;b&gt;%c4Description%&lt;/b&gt;&lt;/div&gt;" id="EhfD0JJvsXllKD2B5qkU-78">
          <mxCell edge="1" parent="1" source="EhfD0JJvsXllKD2B5qkU-76" style="endArrow=blockThin;html=1;fontSize=10;fontColor=#404040;strokeWidth=1;endFill=1;strokeColor=#828282;elbow=vertical;metaEdit=1;endSize=14;startSize=14;jumpStyle=arc;jumpSize=16;rounded=0;edgeStyle=orthogonalEdgeStyle;exitX=0.5;exitY=1;exitDx=0;exitDy=0;exitPerimeter=0;entryX=0.142;entryY=0.032;entryDx=0;entryDy=0;entryPerimeter=0;" target="EhfD0JJvsXllKD2B5qkU-77">
            <mxGeometry relative="1" width="240" x="0.1381" y="-10" as="geometry">
              <mxPoint as="offset" />
              <Array as="points">
                <mxPoint x="1100" y="1060" />
                <mxPoint x="1014" y="1060" />
              </Array>
              <mxPoint x="1330" y="990" as="sourcePoint" />
              <mxPoint x="1330" y="1100" as="targetPoint" />
            </mxGeometry>
          </mxCell>
        </object>
        <object placeholders="1" c4Type="Relationship" c4Description="Persist Inbox/Outbox" label="&lt;div style=&quot;text-align: left&quot;&gt;&lt;div style=&quot;text-align: center&quot;&gt;&lt;b&gt;%c4Description%&lt;/b&gt;&lt;/div&gt;" id="EhfD0JJvsXllKD2B5qkU-80">
          <mxCell edge="1" parent="1" style="endArrow=blockThin;html=1;fontSize=10;fontColor=#404040;strokeWidth=1;endFill=1;strokeColor=#828282;elbow=vertical;metaEdit=1;endSize=14;startSize=14;jumpStyle=arc;jumpSize=16;rounded=0;edgeStyle=orthogonalEdgeStyle;exitX=0.5;exitY=1;exitDx=0;exitDy=0;exitPerimeter=0;entryX=0.851;entryY=0.034;entryDx=0;entryDy=0;entryPerimeter=0;" target="EhfD0JJvsXllKD2B5qkU-77">
            <mxGeometry relative="1" width="240" x="0.0791" y="10" as="geometry">
              <mxPoint as="offset" />
              <Array as="points">
                <mxPoint x="1100" y="1060" />
                <mxPoint x="1184" y="1060" />
              </Array>
              <mxPoint x="1100" y="1040" as="sourcePoint" />
              <mxPoint x="1100" y="1100" as="targetPoint" />
            </mxGeometry>
          </mxCell>
        </object>
        <mxCell id="EhfD0JJvsXllKD2B5qkU-84" parent="1" style="rounded=0;whiteSpace=wrap;html=1;fontStyle=1" value="Handler" vertex="1">
          <mxGeometry height="30" width="60" x="965" y="940" as="geometry" />
        </mxCell>
        <object placeholders="1" c4Type="Relationship" c4Description="" label="&lt;div style=&quot;text-align: left&quot;&gt;&lt;div style=&quot;text-align: center&quot;&gt;&lt;b&gt;%c4Description%&lt;/b&gt;&lt;/div&gt;" id="EhfD0JJvsXllKD2B5qkU-85">
          <mxCell edge="1" parent="1" source="EhfD0JJvsXllKD2B5qkU-69" style="endArrow=blockThin;html=1;fontSize=10;fontColor=#404040;strokeWidth=1;endFill=1;strokeColor=#828282;elbow=vertical;metaEdit=1;endSize=14;startSize=14;jumpStyle=arc;jumpSize=16;rounded=0;edgeStyle=orthogonalEdgeStyle;exitX=1;exitY=0.5;exitDx=0;exitDy=0;exitPerimeter=0;entryX=0.5;entryY=0;entryDx=0;entryDy=0;dashed=1;" target="EhfD0JJvsXllKD2B5qkU-84">
            <mxGeometry relative="1" width="240" as="geometry">
              <mxPoint x="820" y="800" as="sourcePoint" />
              <mxPoint x="1055" y="825" as="targetPoint" />
            </mxGeometry>
          </mxCell>
        </object>
        <object placeholders="1" c4Type="Relationship" c4Description="Publish Vehicle Hire Events" label="&lt;div style=&quot;text-align: left&quot;&gt;&lt;div style=&quot;text-align: center&quot;&gt;&lt;b&gt;%c4Description%&lt;/b&gt;&lt;/div&gt;" id="EhfD0JJvsXllKD2B5qkU-87">
          <mxCell edge="1" parent="1" source="EhfD0JJvsXllKD2B5qkU-84" style="endArrow=blockThin;html=1;fontSize=10;fontColor=#404040;strokeWidth=1;endFill=1;strokeColor=#828282;elbow=vertical;metaEdit=1;endSize=14;startSize=14;jumpStyle=arc;jumpSize=16;rounded=0;edgeStyle=orthogonalEdgeStyle;exitX=0.5;exitY=1;exitDx=0;exitDy=0;entryX=1;entryY=0.5;entryDx=0;entryDy=0;entryPerimeter=0;" target="EhfD0JJvsXllKD2B5qkU-71">
            <mxGeometry relative="1" width="240" x="-0.3745" y="10" as="geometry">
              <mxPoint as="offset" />
              <mxPoint x="1125" y="780" as="sourcePoint" />
              <mxPoint x="890" y="815" as="targetPoint" />
            </mxGeometry>
          </mxCell>
        </object>
        <object placeholders="1" c4Type="Relationship" c4Description="" label="&lt;div style=&quot;text-align: left&quot;&gt;&lt;div style=&quot;text-align: center&quot;&gt;&lt;b&gt;%c4Description%&lt;/b&gt;&lt;/div&gt;" id="EhfD0JJvsXllKD2B5qkU-88">
          <mxCell edge="1" parent="1" source="EhfD0JJvsXllKD2B5qkU-71" style="endArrow=blockThin;html=1;fontSize=10;fontColor=#404040;strokeWidth=1;endFill=1;strokeColor=#828282;elbow=vertical;metaEdit=1;endSize=14;startSize=14;jumpStyle=arc;jumpSize=16;rounded=0;edgeStyle=orthogonalEdgeStyle;exitX=0;exitY=0.5;exitDx=0;exitDy=0;exitPerimeter=0;entryX=1;entryY=0.5;entryDx=0;entryDy=0;dashed=1;" target="EhfD0JJvsXllKD2B5qkU-73">
            <mxGeometry relative="1" width="240" as="geometry">
              <mxPoint x="820" y="940" as="sourcePoint" />
              <mxPoint x="610" y="810" as="targetPoint" />
+             </mxGeometry>
+           </mxCell>
+         </object>
+         <mxCell id="EhfD0JJvsXllKD2B5qkU-89" parent="1" style="rounded=0;whiteSpace=wrap;html=1;fontStyle=1" value="Handler" vertex="1">
+           <mxGeometry height="30" width="60" x="260" y="546" as="geometry" />
+         </mxCell>
+         <object placeholders="1" c4Type="Relationship" c4Description="" label="&lt;div style=&quot;text-align: left&quot;&gt;&lt;div style=&quot;text-align: center&quot;&gt;&lt;b&gt;%c4Description%&lt;/b&gt;&lt;/div&gt;" id="EhfD0JJvsXllKD2B5qkU-94">
+           <mxCell edge="1" parent="1" source="EhfD0JJvsXllKD2B5qkU-37" style="endArrow=blockThin;html=1;fontSize=10;fontColor=#404040;strokeWidth=1;endFill=1;strokeColor=#828282;elbow=vertical;metaEdit=1;endSize=14;startSize=14;jumpStyle=arc;jumpSize=16;rounded=0;edgeStyle=orthogonalEdgeStyle;entryX=0.5;entryY=0;entryDx=0;entryDy=0;exitX=1;exitY=0.5;exitDx=0;exitDy=0;dashed=1;exitPerimeter=0;" target="EhfD0JJvsXllKD2B5qkU-89">
+             <mxGeometry relative="1" width="240" as="geometry">
+               <Array as="points">
+                 <mxPoint x="765" y="425" />
+                 <mxPoint x="765" y="450" />
+                 <mxPoint x="290" y="450" />
+               </Array>
+               <mxPoint x="320" y="332" as="sourcePoint" />
+               <mxPoint x="635" y="300" as="targetPoint" />
            </mxGeometry>
          </mxCell>
        </object>
      </root>
    </mxGraphModel>
  </diagram>
</mxfile>
